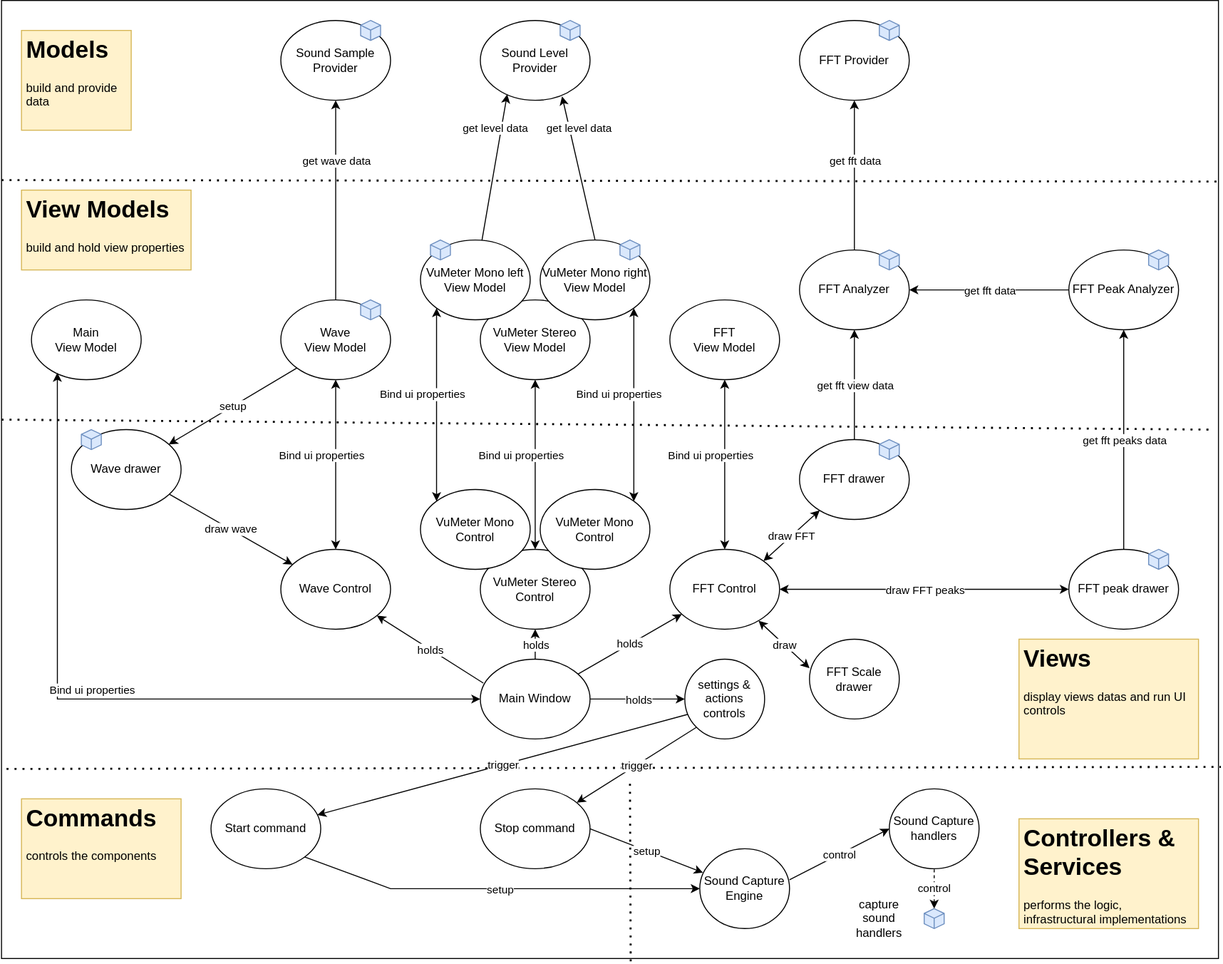
Earlier version of the draw.io export Doc/components1.drawio.svg (franck-gaspoz/WindowsAudioSessionSample). Source tidied: cells renumbered, new cells last; positions are measured from the earlier drawing's top-left corner, leaving out a move shared by most shapes.
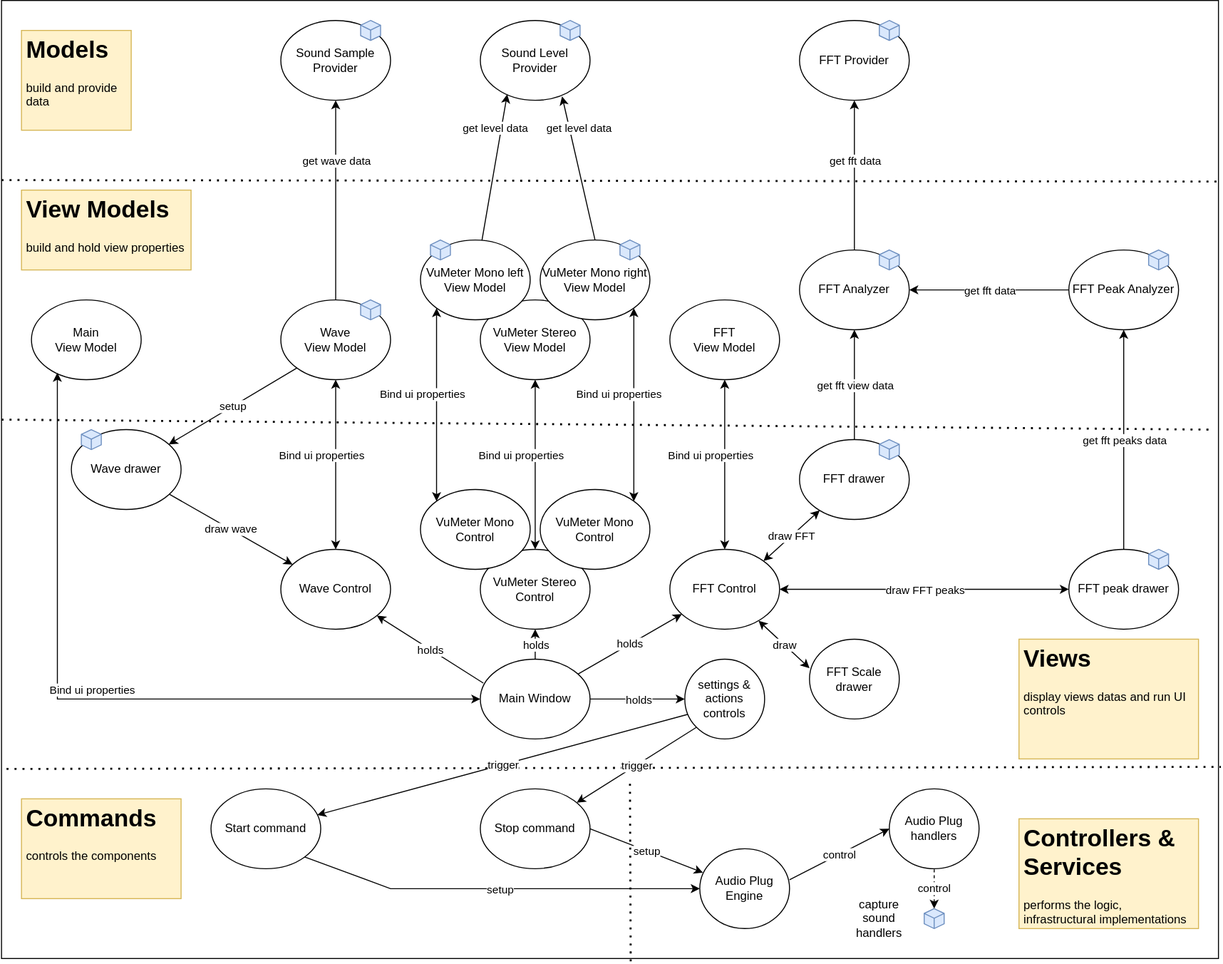
Above is the later version.

Change to the diagram source:
```diff
@@ -236,7 +236,7 @@
     <mxCell id="69" value="Start command" style="ellipse;whiteSpace=wrap;html=1;" parent="1" vertex="1">
       <mxGeometry x="210" y="790" width="110" height="80" as="geometry" />
     </mxCell>
-    <mxCell id="70" value="Sound Capture Engine" style="ellipse;whiteSpace=wrap;html=1;" parent="1" vertex="1">
+    <mxCell id="70" value="Audio Plug Engine" style="ellipse;whiteSpace=wrap;html=1;" parent="1" vertex="1">
       <mxGeometry x="700" y="850" width="90" height="80" as="geometry" />
     </mxCell>
     <mxCell id="71" value="Stop command" style="ellipse;whiteSpace=wrap;html=1;" parent="1" vertex="1">
@@ -278,7 +278,7 @@
     <mxCell id="81" value="&lt;h1&gt;Controllers &amp;amp; Services&lt;/h1&gt;&lt;p&gt;performs the logic, infrastructural implementations&lt;/p&gt;" style="text;html=1;strokeColor=#d6b656;fillColor=#fff2cc;spacing=5;spacingTop=-20;whiteSpace=wrap;overflow=hidden;rounded=0;" parent="1" vertex="1">
       <mxGeometry x="1020" y="820" width="180" height="110" as="geometry" />
     </mxCell>
-    <mxCell id="82" value="Sound Capture handlers" style="ellipse;whiteSpace=wrap;html=1;" parent="1" vertex="1">
+    <mxCell id="82" value="Audio Plug handlers" style="ellipse;whiteSpace=wrap;html=1;" parent="1" vertex="1">
       <mxGeometry x="890" y="790" width="90" height="80" as="geometry" />
     </mxCell>
     <mxCell id="83" style="endArrow=classic;html=1;rounded=0;entryX=0;entryY=0.5;entryDx=0;entryDy=0;exitX=1;exitY=0.388;exitDx=0;exitDy=0;exitPerimeter=0;" parent="1" edge="1" source="70" target="82">
```
